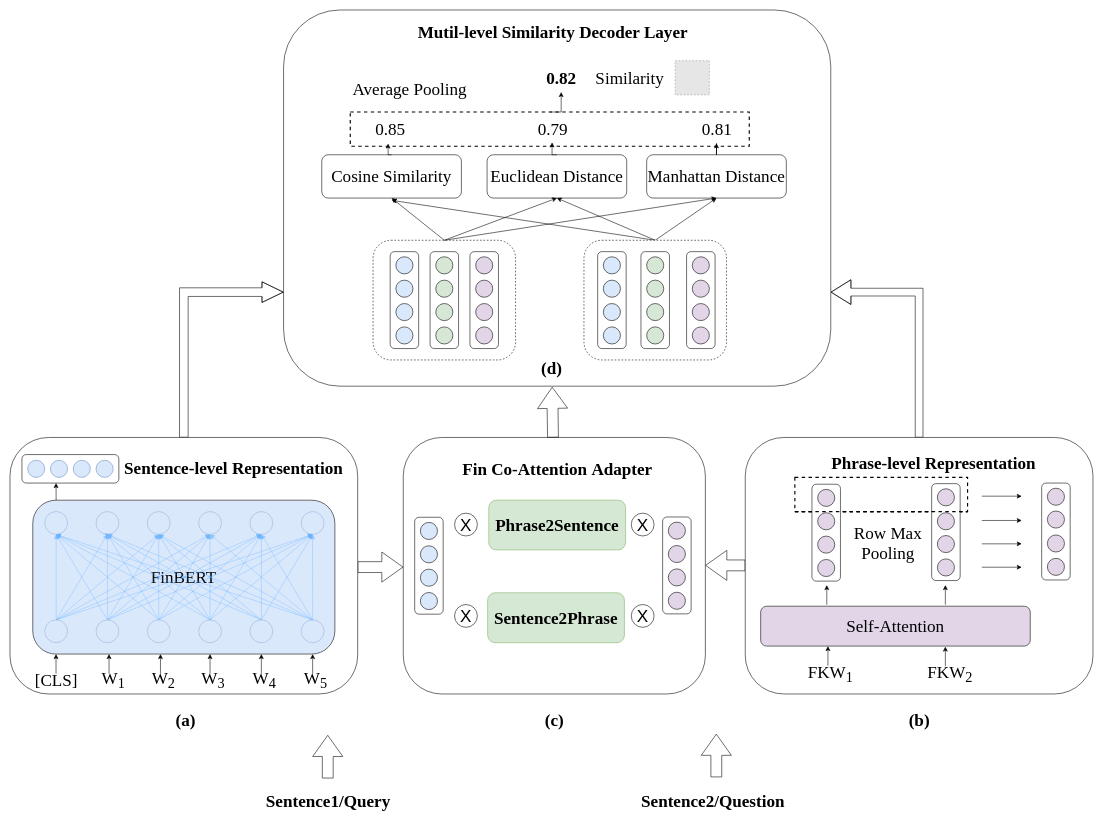
lengyueit/paper_pic keeps this draw.io diagram as Coherence_method.drawio. Above is the earlier version. Source tidied: cells renumbered, new cells numbered last; positions are measured from the earlier drawing's top-left corner, leaving out a move shared by most shapes. Both pictures are drawn from the tidied source at 57%, with x=0, y=0 at pixel (10, 10). Pictures stored in the file or linked from it are replaced by grey dashed boxes.
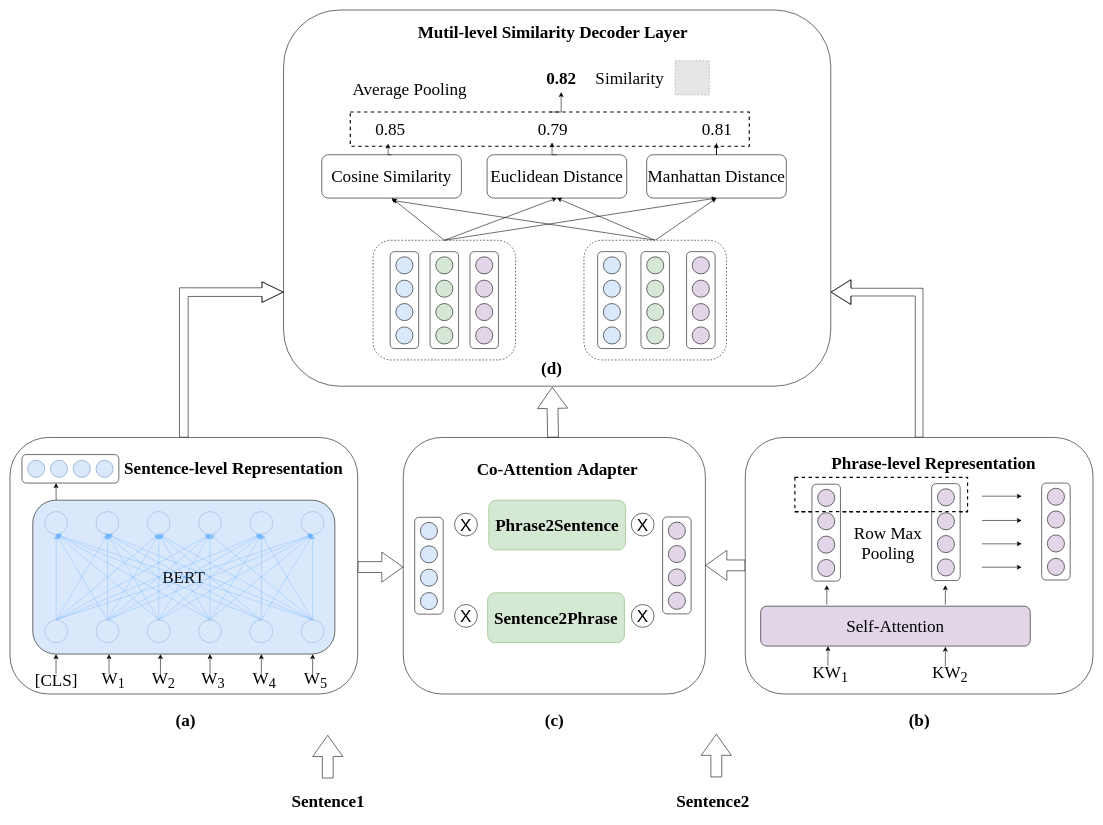
The same page after the edit.

Unchanged cells that the change refers to:
```xml
<mxCell id="138" style="group;" parent="1" vertex="1">
  <mxGeometry x="770" y="750" width="530" height="520" as="geometry" />
</mxCell>
```

Change to the diagram source:
```diff
@@
-    <mxCell id="2" value="&lt;font face=&quot;Times New Roman&quot; style=&quot;font-size: 30px;&quot;&gt;&lt;b&gt;Sentence1/Query&lt;/b&gt;&lt;/font&gt;" style="text;html=1;align=center;verticalAlign=middle;strokeColor=none;fillColor=none;" parent="1" vertex="1">
-      <mxGeometry x="437.5" y="1362" width="240" height="50" as="geometry" />
+    <mxCell id="2" value="&lt;font face=&quot;Times New Roman&quot; style=&quot;font-size: 30px;&quot;&gt;&lt;b&gt;Sentence1&lt;/b&gt;&lt;/font&gt;" style="text;html=1;align=center;verticalAlign=middle;strokeColor=none;fillColor=none;" parent="1" vertex="1">
+      <mxGeometry x="482.5" y="1362" width="150" height="50" as="geometry" />
     </mxCell>
-    <mxCell id="3" value="&lt;font face=&quot;Times New Roman&quot; style=&quot;font-size: 30px;&quot;&gt;&lt;b&gt;Sentence2/Question&lt;/b&gt;&lt;/font&gt;" style="text;html=1;align=center;verticalAlign=middle;strokeColor=none;fillColor=none;" parent="1" vertex="1">
-      <mxGeometry x="1092.5" y="1362" width="280" height="50" as="geometry" />
+    <mxCell id="3" value="&lt;font face=&quot;Times New Roman&quot; style=&quot;font-size: 30px;&quot;&gt;&lt;b&gt;Sentence2&lt;/b&gt;&lt;/font&gt;" style="text;html=1;align=center;verticalAlign=middle;strokeColor=none;fillColor=none;" parent="1" vertex="1">
+      <mxGeometry x="1157.5" y="1362" width="150" height="50" as="geometry" />
     </mxCell>
@@
-    <mxCell id="90" value="&lt;font face=&quot;Times New Roman&quot; style=&quot;font-size: 30px;&quot;&gt;FinBERT&lt;/font&gt;" style="rounded=1;whiteSpace=wrap;html=1;fillColor=#dae8fc;strokeColor=default;" parent="1" vertex="1">
+    <mxCell id="90" value="&lt;div&gt;&lt;span style=&quot;font-size: 30px; font-family: &amp;quot;Times New Roman&amp;quot;; background-color: initial;&quot;&gt;BERT&lt;/span&gt;&lt;br&gt;&lt;/div&gt;" style="rounded=1;whiteSpace=wrap;html=1;fillColor=#dae8fc;strokeColor=default;" parent="1" vertex="1">
       <mxGeometry x="40" y="860" width="530" height="270" as="geometry" />
     </mxCell>
@@
-    <mxCell id="140" value="&lt;font face=&quot;Times New Roman&quot; style=&quot;font-size: 30px;&quot;&gt;&lt;b&gt;Fin Co-Attention&amp;nbsp;&lt;/b&gt;&lt;/font&gt;&lt;font size=&quot;1&quot; face=&quot;Times New Roman&quot;&gt;&lt;b style=&quot;font-size: 30px;&quot;&gt;Adapter&lt;/b&gt;&lt;/font&gt;" style="text;html=1;align=center;verticalAlign=middle;strokeColor=none;fillColor=none;" parent="138" vertex="1">
-      <mxGeometry x="10" y="30" width="360" height="50" as="geometry" />
+    <mxCell id="140" value="&lt;font face=&quot;Times New Roman&quot; style=&quot;font-size: 30px;&quot;&gt;&lt;b&gt;Co-Attention&amp;nbsp;&lt;/b&gt;&lt;/font&gt;&lt;font size=&quot;1&quot; face=&quot;Times New Roman&quot;&gt;&lt;b style=&quot;font-size: 30px;&quot;&gt;Adapter&lt;/b&gt;&lt;/font&gt;" style="text;html=1;align=center;verticalAlign=middle;strokeColor=none;fillColor=none;" parent="138" vertex="1">
+      <mxGeometry x="40" y="30" width="300" height="50" as="geometry" />
     </mxCell>
@@
-    <mxCell id="163" value="&lt;font face=&quot;Times New Roman&quot; style=&quot;font-size: 30px;&quot;&gt;FKW&lt;sub&gt;1&lt;/sub&gt;&lt;/font&gt;" style="text;html=1;align=center;verticalAlign=middle;strokeColor=none;fillColor=none;" parent="1" vertex="1">
-      <mxGeometry x="1389" y="1135" width="100" height="60" as="geometry" />
+    <mxCell id="163" value="&lt;font face=&quot;Times New Roman&quot; style=&quot;font-size: 30px;&quot;&gt;KW&lt;sub&gt;1&lt;/sub&gt;&lt;/font&gt;" style="text;html=1;align=center;verticalAlign=middle;strokeColor=none;fillColor=none;" parent="1" vertex="1">
+      <mxGeometry x="1394" y="1140" width="90" height="50" as="geometry" />
     </mxCell>
@@
-    <mxCell id="166" value="&lt;font face=&quot;Times New Roman&quot; style=&quot;font-size: 30px;&quot;&gt;FKW&lt;sub&gt;2&lt;/sub&gt;&lt;/font&gt;" style="text;html=1;align=center;verticalAlign=middle;strokeColor=none;fillColor=none;" parent="1" vertex="1">
-      <mxGeometry x="1599" y="1135" width="100" height="60" as="geometry" />
+    <mxCell id="166" value="&lt;font face=&quot;Times New Roman&quot; style=&quot;font-size: 30px;&quot;&gt;KW&lt;sub&gt;2&lt;/sub&gt;&lt;/font&gt;" style="text;html=1;align=center;verticalAlign=middle;strokeColor=none;fillColor=none;" parent="1" vertex="1">
+      <mxGeometry x="1604" y="1140" width="90" height="50" as="geometry" />
     </mxCell>
```
